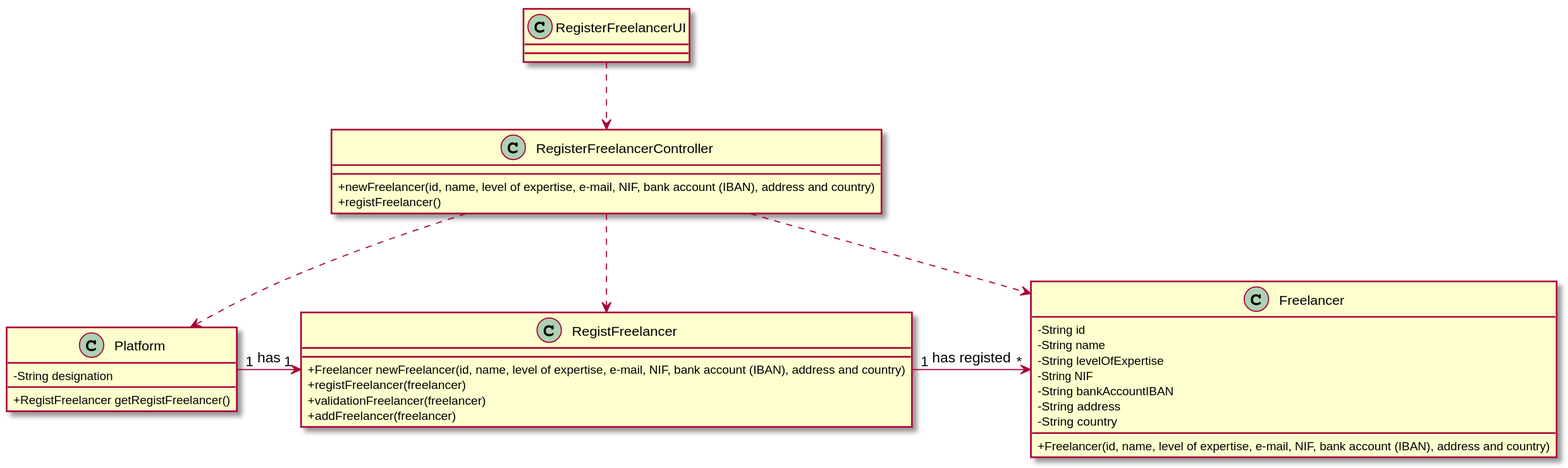
Earlier version of the PlantUML export LAPR2-2020-G010-Application/docs/usecases/UC1/UC01_CD.svg (LourencoMelo/ISEP-LAPR2).
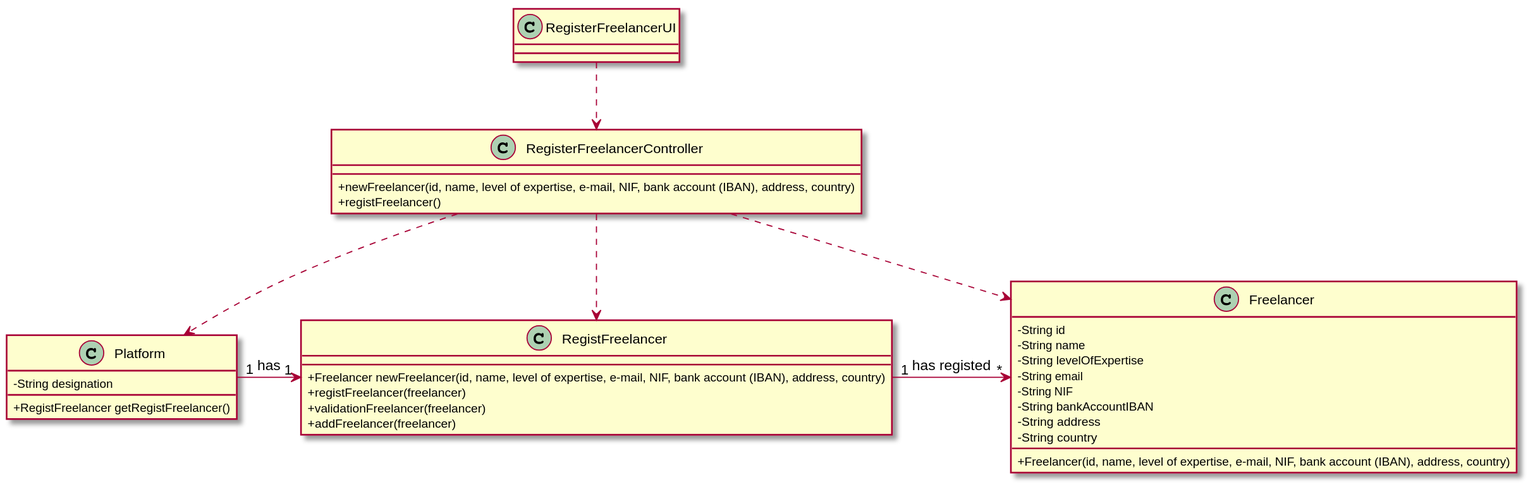
After the change.

Diff of the diagram source:
```diff
@@ -6,7 +6,7 @@
 }
 
 class RegisterFreelancerController{
-    +newFreelancer(id, name, level of expertise, e-mail, NIF, bank account (IBAN), address and country)
+    +newFreelancer(id, name, level of expertise, e-mail, NIF, bank account (IBAN), address, country)
     +registFreelancer()
 
 }
@@ -18,7 +18,7 @@
 }
 
 class RegistFreelancer{
-    +Freelancer newFreelancer(id, name, level of expertise, e-mail, NIF, bank account (IBAN), address and country)
+    +Freelancer newFreelancer(id, name, level of expertise, e-mail, NIF, bank account (IBAN), address, country)
     +registFreelancer(freelancer)
     +validationFreelancer(freelancer)
     +addFreelancer(freelancer)
@@ -28,12 +28,13 @@
      -String id
      -String name
      -String levelOfExpertise
+     -String email
      -String NIF
      -String bankAccountIBAN
      -String address
      -String country
 
-     +Freelancer(id, name, level of expertise, e-mail, NIF, bank account (IBAN), address and country)
+     +Freelancer(id, name, level of expertise, e-mail, NIF, bank account (IBAN), address, country)
 }
 
 
```
